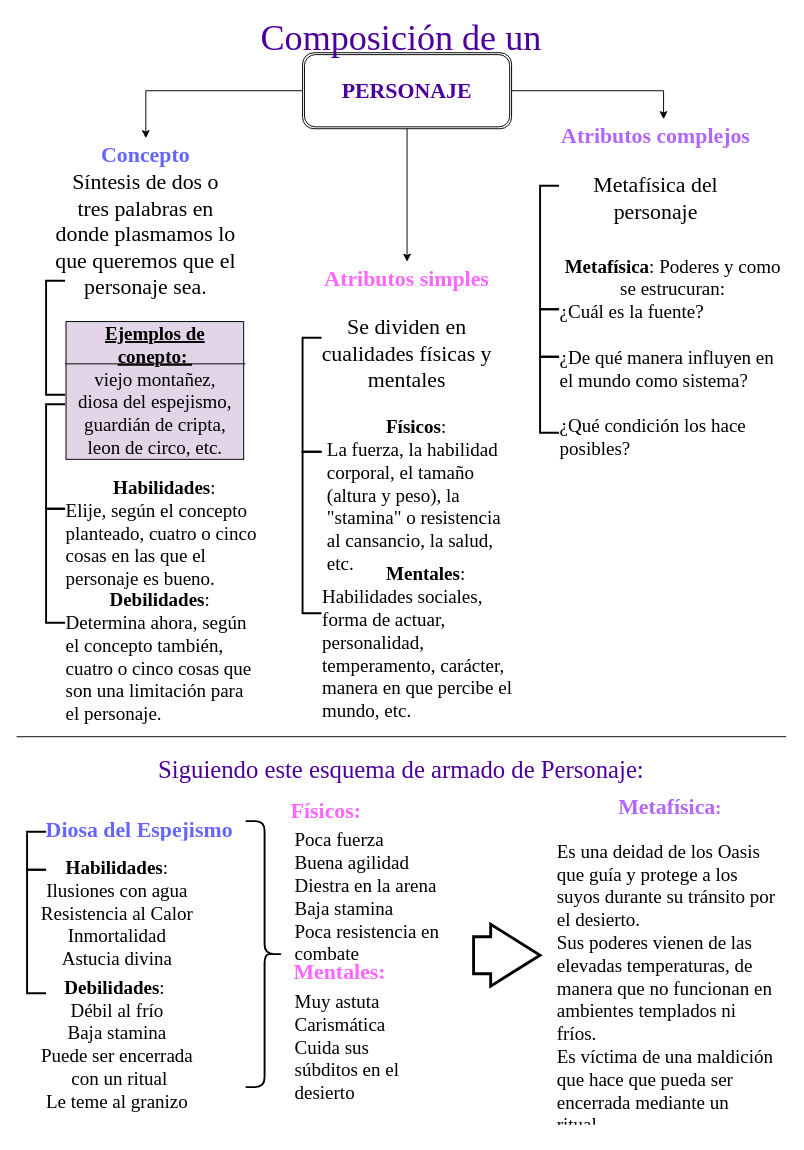
Before: DiseñodePJ.drawio in aixairupe/DiagramasRPG, a draw.io diagram. Source tidied: cells renumbered, new cells numbered last; positions are measured from the earlier drawing's top-left corner, leaving out a move shared by most shapes. Both pictures are drawn from the tidied source at 95%, with x=0, y=0 at pixel (16, 24).
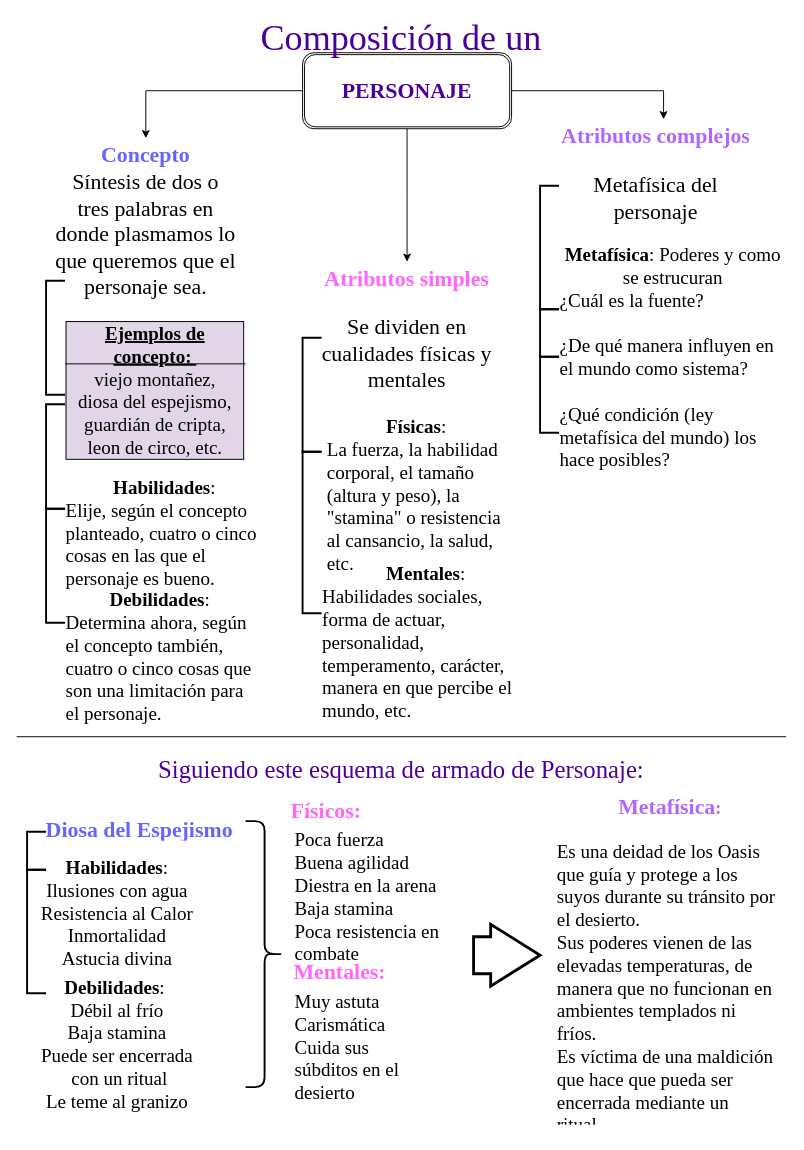
The same diagram, later.

The edit, as a diff of the source:
```diff
@@
-    <mxCell id="11" value="&lt;div style=&quot;font-size: 20px;&quot;&gt;&lt;b style=&quot;font-size: 20px;&quot;&gt;&lt;font style=&quot;font-size: 20px;&quot;&gt;Físicos&lt;/font&gt;&lt;/b&gt;: &lt;br style=&quot;font-size: 20px;&quot;&gt;&lt;/div&gt;&lt;div style=&quot;font-size: 20px;&quot; align=&quot;left&quot;&gt;La fuerza, la habilidad corporal, el tamaño (altura y peso), la &quot;stamina&quot; o resistencia al cansancio, la salud, etc.&lt;/div&gt;" style="text;html=1;strokeColor=none;fillColor=none;align=center;verticalAlign=middle;whiteSpace=wrap;rounded=0;labelBorderColor=none;fontSize=20;fontFamily=Garamond;" parent="1" vertex="1">
+    <mxCell id="11" value="&lt;div style=&quot;font-size: 20px;&quot;&gt;&lt;b style=&quot;font-size: 20px;&quot;&gt;&lt;font style=&quot;font-size: 20px;&quot;&gt;Físicas&lt;/font&gt;&lt;/b&gt;: &lt;br style=&quot;font-size: 20px;&quot;&gt;&lt;/div&gt;&lt;div style=&quot;font-size: 20px;&quot; align=&quot;left&quot;&gt;La fuerza, la habilidad corporal, el tamaño (altura y peso), la &quot;stamina&quot; o resistencia al cansancio, la salud, etc.&lt;/div&gt;" style="text;html=1;strokeColor=none;fillColor=none;align=center;verticalAlign=middle;whiteSpace=wrap;rounded=0;labelBorderColor=none;fontSize=20;fontFamily=Garamond;" parent="1" vertex="1">
       <mxGeometry x="326" y="440" width="190" height="110" as="geometry" />
     </mxCell>
@@
-    <mxCell id="13" value="&lt;font style=&quot;font-size: 20px;&quot;&gt;&lt;b style=&quot;font-size: 20px;&quot;&gt;&lt;font style=&quot;font-size: 20px;&quot;&gt;Metafísica&lt;/font&gt;&lt;/b&gt;: Poderes y como se estrucuran: &lt;br style=&quot;font-size: 20px;&quot;&gt;&lt;/font&gt;&lt;div style=&quot;font-size: 20px;&quot; align=&quot;left&quot;&gt;&lt;font style=&quot;font-size: 20px;&quot;&gt;¿Cuál es la fuente?&lt;br style=&quot;font-size: 20px;&quot;&gt;&lt;/font&gt;&lt;br style=&quot;font-size: 20px;&quot;&gt;&lt;font style=&quot;font-size: 20px;&quot;&gt;¿&lt;/font&gt;&lt;font style=&quot;font-size: 20px;&quot;&gt;&lt;font style=&quot;font-size: 20px;&quot;&gt;De qué manera i&lt;/font&gt;nfluyen en el mundo como sistema?&lt;br style=&quot;font-size: 20px;&quot;&gt;&lt;br style=&quot;font-size: 20px;&quot;&gt;&lt;/font&gt;&lt;/div&gt;&lt;div style=&quot;font-size: 20px;&quot; align=&quot;left&quot;&gt;&lt;font style=&quot;font-size: 20px;&quot;&gt;¿Qué condición los hace posibles?&lt;br style=&quot;font-size: 20px;&quot;&gt;&lt;/font&gt;&lt;/div&gt;" style="text;html=1;strokeColor=none;fillColor=none;align=center;verticalAlign=middle;whiteSpace=wrap;rounded=0;labelBorderColor=none;fontSize=20;fontFamily=Garamond;" parent="1" vertex="1">
+    <mxCell id="13" value="&lt;font style=&quot;font-size: 20px;&quot;&gt;&lt;b style=&quot;font-size: 20px;&quot;&gt;&lt;font style=&quot;font-size: 20px;&quot;&gt;Metafísica&lt;/font&gt;&lt;/b&gt;: Poderes y como se estrucuran&lt;br style=&quot;font-size: 20px;&quot;&gt;&lt;/font&gt;&lt;div style=&quot;font-size: 20px;&quot; align=&quot;left&quot;&gt;&lt;font style=&quot;font-size: 20px;&quot;&gt;¿Cuál es la fuente?&lt;br style=&quot;font-size: 20px;&quot;&gt;&lt;/font&gt;&lt;br style=&quot;font-size: 20px;&quot;&gt;&lt;font style=&quot;font-size: 20px;&quot;&gt;¿&lt;/font&gt;&lt;font style=&quot;font-size: 20px;&quot;&gt;&lt;font style=&quot;font-size: 20px;&quot;&gt;De qué manera i&lt;/font&gt;nfluyen en el mundo como sistema?&lt;br style=&quot;font-size: 20px;&quot;&gt;&lt;br style=&quot;font-size: 20px;&quot;&gt;&lt;/font&gt;&lt;/div&gt;&lt;div style=&quot;font-size: 20px;&quot; align=&quot;left&quot;&gt;&lt;font style=&quot;font-size: 20px;&quot;&gt;¿Qué condición (ley metafísica del mundo) los hace posibles?&lt;br style=&quot;font-size: 20px;&quot;&gt;&lt;/font&gt;&lt;/div&gt;" style="text;html=1;strokeColor=none;fillColor=none;align=center;verticalAlign=middle;whiteSpace=wrap;rounded=0;labelBorderColor=none;fontSize=20;fontFamily=Garamond;" parent="1" vertex="1">
       <mxGeometry x="571" y="260" width="240" height="180" as="geometry" />
     </mxCell>
@@
-    <mxCell id="16" value="&lt;span style=&quot;font-size: 20px;&quot;&gt;&lt;b style=&quot;font-size: 20px;&quot;&gt;&lt;u style=&quot;font-size: 20px;&quot;&gt;Ejemplos de conepto:&amp;nbsp;&lt;br style=&quot;font-size: 20px;&quot;&gt;&lt;/u&gt;&lt;/b&gt;viejo montañez, &lt;br style=&quot;font-size: 20px;&quot;&gt;diosa del espejismo, guardián de cripta, leon de circo, etc.&lt;/span&gt;" style="text;html=1;strokeColor=none;fillColor=none;align=center;verticalAlign=middle;whiteSpace=wrap;rounded=0;labelBorderColor=default;fontSize=20;fontFamily=Garamond;labelBackgroundColor=#E1D5E7;" parent="1" vertex="1">
+    <mxCell id="16" value="&lt;span style=&quot;font-size: 20px;&quot;&gt;&lt;b style=&quot;font-size: 20px;&quot;&gt;&lt;u style=&quot;font-size: 20px;&quot;&gt;Ejemplos de concepto:&amp;nbsp;&lt;br style=&quot;font-size: 20px;&quot;&gt;&lt;/u&gt;&lt;/b&gt;viejo montañez, &lt;br style=&quot;font-size: 20px;&quot;&gt;diosa del espejismo, guardián de cripta, leon de circo, etc.&lt;/span&gt;" style="text;html=1;strokeColor=none;fillColor=none;align=center;verticalAlign=middle;whiteSpace=wrap;rounded=0;labelBorderColor=default;fontSize=20;fontFamily=Garamond;labelBackgroundColor=#E1D5E7;" parent="1" vertex="1">
       <mxGeometry x="51" y="330" width="190" height="110" as="geometry" />
     </mxCell>
```
